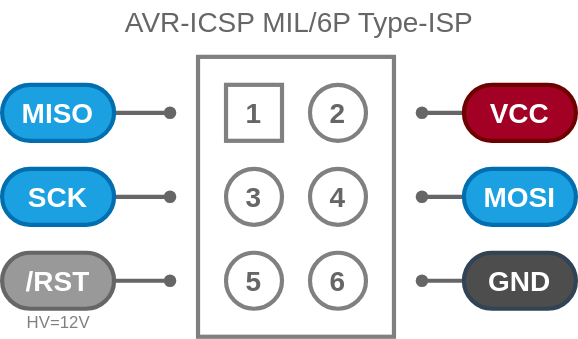
Above: svg/AVR-ICSP-M6P-ISP.drawio.svg in askn37/askn37.github.io (draw.io), before the change. Source tidied: cells renumbered, new cells last; positions are measured from the earlier drawing's top-left corner, leaving out a move shared by most shapes.
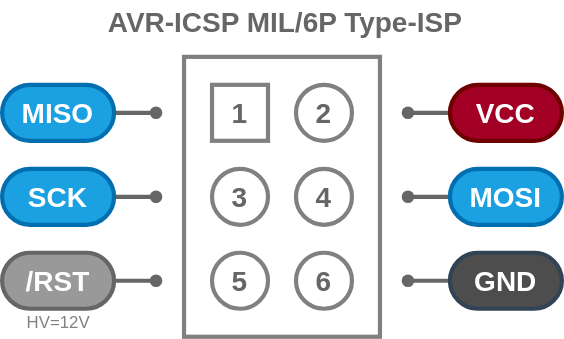
Later version of the same file.

Change to the diagram source:
```diff
@@ -53,7 +53,7 @@
       </mxGeometry>
     </mxCell>
     <mxCell id="16" value="MISO" style="rounded=1;whiteSpace=wrap;html=1;fontSize=20;strokeWidth=3;fontStyle=1;fillColor=#1ba1e2;strokeColor=#006EAF;fontColor=#ffffff;arcSize=50;" parent="1" vertex="1">
-      <mxGeometry y="60" width="80" height="40" as="geometry" />
+      <mxGeometry x="10" y="60" width="80" height="40" as="geometry" />
     </mxCell>
     <mxCell id="17" style="edgeStyle=none;html=1;exitX=1;exitY=0.5;exitDx=0;exitDy=0;fontSize=20;fontColor=#FFFFFF;startArrow=none;startFill=0;endArrow=oval;endFill=1;strokeColor=#666666;strokeWidth=3;" parent="1" edge="1" source="18">
       <mxGeometry relative="1" as="geometry">
@@ -61,7 +61,7 @@
       </mxGeometry>
     </mxCell>
     <mxCell id="18" value="SCK" style="rounded=1;whiteSpace=wrap;html=1;fontSize=20;strokeWidth=3;fontStyle=1;fillColor=#1ba1e2;strokeColor=#006EAF;fontColor=#ffffff;arcSize=50;" parent="1" vertex="1">
-      <mxGeometry y="120" width="80" height="40" as="geometry" />
+      <mxGeometry x="10" y="120" width="80" height="40" as="geometry" />
     </mxCell>
     <mxCell id="19" style="edgeStyle=none;html=1;fontSize=20;fontColor=#FFFFFF;startArrow=none;startFill=0;endArrow=oval;endFill=1;strokeColor=#666666;strokeWidth=3;" parent="1" edge="1" source="20">
       <mxGeometry relative="1" as="geometry">
@@ -69,13 +69,13 @@
       </mxGeometry>
     </mxCell>
     <mxCell id="20" value="/RST" style="rounded=1;whiteSpace=wrap;html=1;fontSize=20;strokeWidth=3;fontStyle=1;fillColor=#999999;strokeColor=#666666;fontColor=#ffffff;arcSize=50;" parent="1" vertex="1">
-      <mxGeometry y="180" width="80" height="40" as="geometry" />
+      <mxGeometry x="10" y="180" width="80" height="40" as="geometry" />
     </mxCell>
-    <mxCell id="21" value="AVR-ICSP MIL/6P Type-ISP" style="text;html=1;align=center;verticalAlign=middle;strokeColor=none;fillColor=none;fontSize=20;fontColor=#666666;" parent="1" vertex="1">
-      <mxGeometry x="82" width="260" height="30" as="geometry" />
+    <mxCell id="21" value="AVR-ICSP MIL/6P Type-ISP" style="text;html=1;align=center;verticalAlign=middle;strokeColor=none;fillColor=none;fontSize=20;fontColor=#666666;fontStyle=1;" parent="1" vertex="1">
+      <mxGeometry x="77" width="270" height="30" as="geometry" />
     </mxCell>
     <mxCell id="22" value="HV=12V" style="text;html=1;align=center;verticalAlign=middle;strokeColor=none;fillColor=none;fontColor=#808080;" parent="1" vertex="1">
-      <mxGeometry x="10" y="220" width="60" height="20" as="geometry" />
+      <mxGeometry x="20" y="220" width="60" height="20" as="geometry" />
     </mxCell>
   </root>
 </mxGraphModel>
```
